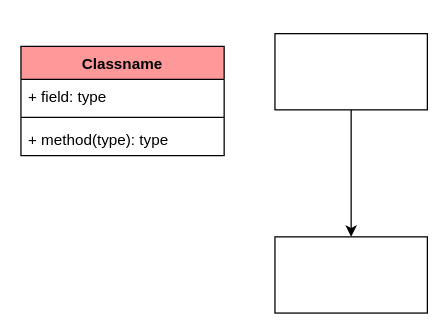
yunxuo/drawio keeps this draw.io diagram as test.drawio. Above is the earlier version. Source tidied: cells renumbered, new cells numbered last; positions are measured from the earlier drawing's top-left corner, leaving out a move shared by most shapes. Both pictures are drawn from the tidied source at 127%, with x=0, y=0 at pixel (20, 33).
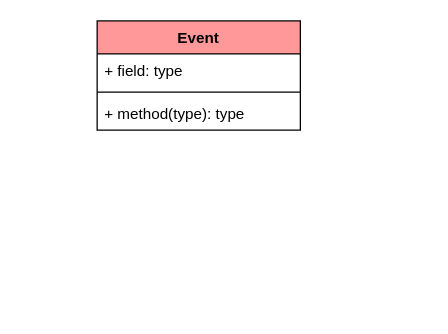
The same page after the edit.

Change to the diagram source:
```diff
@@
 <mxGraphModel>
   <root>
     <mxCell id="0" />
     <mxCell id="1" parent="0" />
-    <mxCell id="2" style="rounded=0;jettySize=auto;html=1;exitX=0.5;exitY=1;exitDx=0;exitDy=0;entryX=0.5;entryY=0;entryDx=0;entryDy=0;elbow=vertical;" parent="1" edge="1" source="3" target="4">
-      <mxGeometry relative="1" as="geometry" />
-    </mxCell>
-    <mxCell id="3" style="rounded=0;whiteSpace=wrap;html=1;" parent="1" vertex="1">
-      <mxGeometry x="200" width="120" height="60" as="geometry" />
-    </mxCell>
-    <mxCell id="4" style="rounded=0;whiteSpace=wrap;html=1;" parent="1" vertex="1">
-      <mxGeometry x="200" y="160" width="120" height="60" as="geometry" />
-    </mxCell>
-    <mxCell id="5" value="Classname" style="swimlane;fontStyle=1;align=center;verticalAlign=top;horizontal=1;startSize=26;fillColor=#FF9999;" parent="1" vertex="1">
-      <mxGeometry y="10" width="160" height="86" as="geometry" />
-    </mxCell>
+    <mxCell id="9" value="Event" style="swimlane;fontStyle=1;align=center;verticalAlign=top;horizontal=1;startSize=26;fillColor=#FF9999;" parent="1" vertex="1">
+      <mxGeometry x="60" y="-10" width="160" height="86" as="geometry" />
+    </mxCell>
-    <mxCell id="6" value="+ field: type" style="text;strokeColor=none;fillColor=none;align=left;verticalAlign=top;spacingLeft=4;spacingRight=4;overflow=hidden;" parent="5" vertex="1">
+    <mxCell id="6" value="+ field: type" style="text;strokeColor=none;fillColor=none;align=left;verticalAlign=top;spacingLeft=4;spacingRight=4;overflow=hidden;" parent="9" vertex="1">
       <mxGeometry y="26" width="160" height="26" as="geometry" />
     </mxCell>
-    <mxCell id="7" style="line;strokeWidth=1;fillColor=none;align=left;verticalAlign=middle;spacingTop=-1;spacingLeft=3;spacingRight=3;labelPosition=right;" parent="5" vertex="1">
+    <mxCell id="7" style="line;strokeWidth=1;fillColor=none;align=left;verticalAlign=middle;spacingTop=-1;spacingLeft=3;spacingRight=3;labelPosition=right;" parent="9" vertex="1">
       <mxGeometry y="52" width="160" height="8" as="geometry" />
     </mxCell>
-    <mxCell id="8" value="+ method(type): type" style="text;strokeColor=none;fillColor=none;align=left;verticalAlign=top;spacingLeft=4;spacingRight=4;overflow=hidden;" parent="5" vertex="1">
+    <mxCell id="8" value="+ method(type): type" style="text;strokeColor=none;fillColor=none;align=left;verticalAlign=top;spacingLeft=4;spacingRight=4;overflow=hidden;" parent="9" vertex="1">
       <mxGeometry y="60" width="160" height="26" as="geometry" />
     </mxCell>
   </root>
 </mxGraphModel>
```
